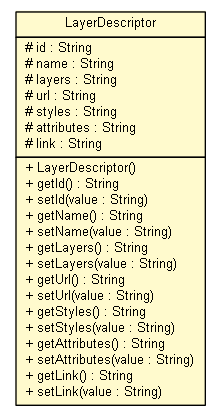
Above: apidocs/nl/mineleni/cbsviewer/util/xml/LayerDescriptor.png in MinELenI/CBSviewer (Graphviz), before the change. Its source is kept beside it as apidocs/nl/mineleni/cbsviewer/util/xml/LayerDescriptor.dot.
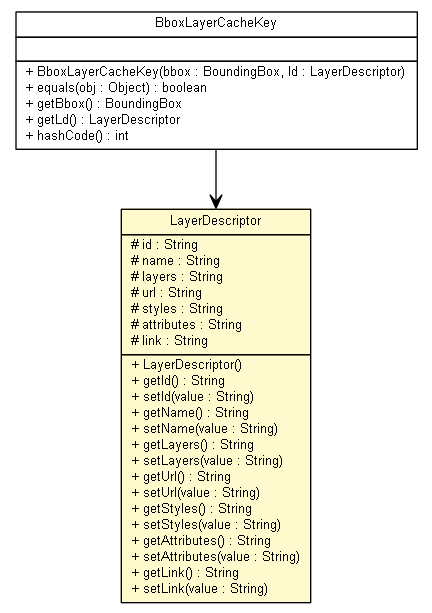
The same diagram one commit later.

The edit, as a diff of the source:
```diff
@@ -4,7 +4,22 @@
 	node [fontname="arial",fontsize=10,shape=plaintext];
 	nodesep=0.25;
 	ranksep=0.5;
-	c1158 [label=<<table title="nl.mineleni.cbsviewer.util.xml.LayerDescriptor" border="0" cellborder="1" cellspacing="0" cellpadding="2" port="p" bgcolor="lemonChiffon" href="./LayerDescriptor.html">
+	c1286 [label=<<table title="nl.mineleni.cbsviewer.servlet.wms.cache.BboxLayerCacheKey" border="0" cellborder="1" cellspacing="0" cellpadding="2" port="p" href="../../servlet/wms/cache/BboxLayerCacheKey.html">
+		<tr><td><table border="0" cellspacing="0" cellpadding="1">
+<tr><td align="center" balign="center"> BboxLayerCacheKey </td></tr>
+		</table></td></tr>
+		<tr><td><table border="0" cellspacing="0" cellpadding="1">
+<tr><td align="left" balign="left">  </td></tr>
+		</table></td></tr>
+		<tr><td><table border="0" cellspacing="0" cellpadding="1">
+<tr><td align="left" balign="left"> + BboxLayerCacheKey(bbox : BoundingBox, ld : LayerDescriptor) </td></tr>
+<tr><td align="left" balign="left"> + equals(obj : Object) : boolean </td></tr>
+<tr><td align="left" balign="left"> + getBbox() : BoundingBox </td></tr>
+<tr><td align="left" balign="left"> + getLd() : LayerDescriptor </td></tr>
+<tr><td align="left" balign="left"> + hashCode() : int </td></tr>
+		</table></td></tr>
+		</table>>, URL="../../servlet/wms/cache/BboxLayerCacheKey.html", fontname="arial", fontcolor="black", fontsize=10.0];
+	c1310 [label=<<table title="nl.mineleni.cbsviewer.util.xml.LayerDescriptor" border="0" cellborder="1" cellspacing="0" cellpadding="2" port="p" bgcolor="lemonChiffon" href="./LayerDescriptor.html">
 		<tr><td><table border="0" cellspacing="0" cellpadding="1">
 <tr><td align="center" balign="center"> LayerDescriptor </td></tr>
 		</table></td></tr>
@@ -35,4 +50,5 @@
 <tr><td align="left" balign="left"> + setLink(value : String) </td></tr>
 		</table></td></tr>
 		</table>>, URL="./LayerDescriptor.html", fontname="arial", fontcolor="black", fontsize=10.0];
+	c1286:p -> c1310:p [taillabel="", label="", headlabel="", fontname="arial", fontcolor="black", fontsize=10.0, color="black", arrowhead=open];
 }
```
